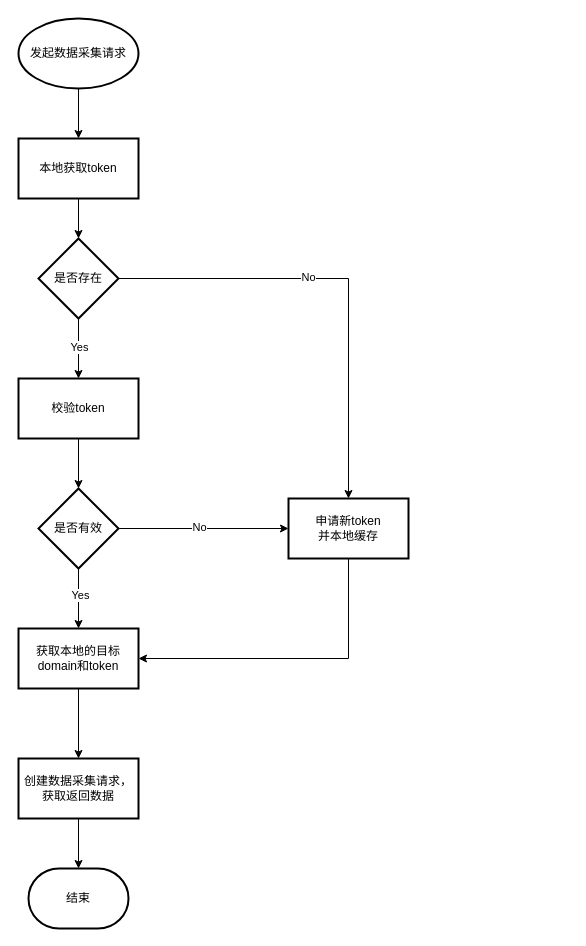
The draw.io diagram ctf_sso_retry.drawio in deanzz/blog, before the edit. Source tidied: cells renumbered, new cells numbered last; positions are measured from the earlier drawing's top-left corner, leaving out a move shared by most shapes. Both pictures are drawn from the tidied source at 100%, with x=0, y=0 at pixel (18, 18).
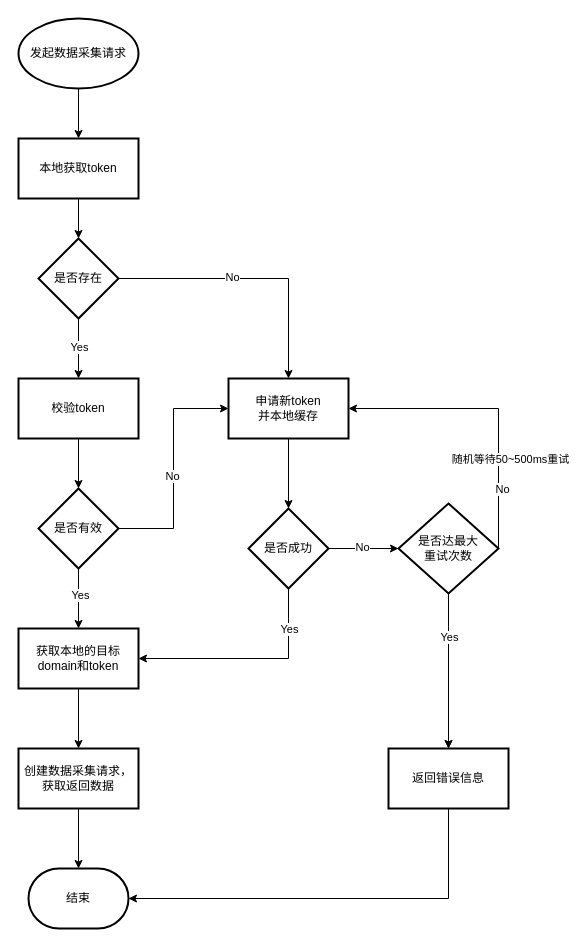
After the change.

The change refers to these unchanged cells:
```xml
<mxCell id="17" value="是否有效" style="rhombus;whiteSpace=wrap;html=1;strokeWidth=2;" parent="1" vertex="1">
  <mxGeometry x="20" y="470" width="80" height="80" as="geometry" />
</mxCell>
<mxCell id="19" value="获取本地的目标domain和token" style="whiteSpace=wrap;html=1;strokeWidth=2;" parent="1" vertex="1">
  <mxGeometry y="610" width="120" height="60" as="geometry" />
</mxCell>
<mxCell id="22" value="结束" style="strokeWidth=2;html=1;shape=mxgraph.flowchart.terminator;whiteSpace=wrap;" parent="1" vertex="1">
  <mxGeometry x="10" y="850" width="100" height="60" as="geometry" />
</mxCell>
```

What changed in the source:
```diff
@@
-    <mxCell id="15" style="edgeStyle=orthogonalEdgeStyle;rounded=0;jettySize=auto;html=1;exitX=1;exitY=0.5;exitDx=0;exitDy=0;" parent="1" edge="1" source="17" target="24">
+    <mxCell id="15" style="edgeStyle=orthogonalEdgeStyle;rounded=0;jettySize=auto;html=1;exitX=1;exitY=0.5;exitDx=0;exitDy=0;entryX=0;entryY=0.5;entryDx=0;entryDy=0;" parent="1" edge="1" source="17" target="24">
       <mxGeometry relative="1" as="geometry" />
     </mxCell>
@@
     <mxCell id="21" value="创建数据采集请求，获取返回数据" style="whiteSpace=wrap;html=1;strokeWidth=2;" parent="1" vertex="1">
-      <mxGeometry y="740" width="120" height="60" as="geometry" />
+      <mxGeometry y="730" width="120" height="60" as="geometry" />
     </mxCell>
@@
-    <mxCell id="23" style="edgeStyle=orthogonalEdgeStyle;rounded=0;jettySize=auto;html=1;exitX=0.5;exitY=1;exitDx=0;exitDy=0;entryX=1;entryY=0.5;entryDx=0;entryDy=0;" parent="1" edge="1" source="24" target="19">
-      <mxGeometry relative="1" as="geometry" />
-    </mxCell>
+    <mxCell id="25" style="edgeStyle=orthogonalEdgeStyle;rounded=0;jettySize=auto;html=1;" parent="1" edge="1" source="24" target="33">
+      <mxGeometry relative="1" as="geometry" />
+    </mxCell>
     <mxCell id="24" value="申请新token&lt;div&gt;并本地缓存&lt;/div&gt;" style="whiteSpace=wrap;html=1;strokeWidth=2;" parent="1" vertex="1">
-      <mxGeometry x="270" y="480" width="120" height="60" as="geometry" />
+      <mxGeometry x="210" y="360" width="120" height="60" as="geometry" />
     </mxCell>
+    <mxCell id="26" style="edgeStyle=orthogonalEdgeStyle;rounded=0;jettySize=auto;html=1;entryX=1;entryY=0.5;entryDx=0;entryDy=0;exitX=0.5;exitY=1;exitDx=0;exitDy=0;" parent="1" edge="1" source="33" target="19">
+      <mxGeometry relative="1" as="geometry" />
+    </mxCell>
+    <mxCell id="27" value="Yes" style="edgeLabel;html=1;align=center;verticalAlign=middle;" parent="26" vertex="1">
+      <mxGeometry x="-0.2" y="-1" relative="1" as="geometry">
+        <mxPoint x="18" y="-29" as="offset" />
+      </mxGeometry>
+    </mxCell>
+    <mxCell id="28" style="edgeStyle=orthogonalEdgeStyle;rounded=0;jettySize=auto;html=1;exitX=1;exitY=0.5;exitDx=0;exitDy=0;entryX=1;entryY=0.5;entryDx=0;entryDy=0;" parent="1" edge="1" source="35" target="24">
+      <mxGeometry relative="1" as="geometry">
+        <Array as="points">
+          <mxPoint x="470" y="530" />
+          <mxPoint x="480" y="530" />
+          <mxPoint x="480" y="390" />
+        </Array>
+      </mxGeometry>
+    </mxCell>
+    <mxCell id="29" value="No" style="edgeLabel;html=1;align=center;verticalAlign=middle;" parent="28" vertex="1">
+      <mxGeometry x="-0.05" y="-3" relative="1" as="geometry">
+        <mxPoint y="67" as="offset" />
+      </mxGeometry>
+    </mxCell>
+    <mxCell id="30" value="随机等待50~500ms重试" style="edgeLabel;html=1;align=center;verticalAlign=middle;" parent="28" vertex="1">
+      <mxGeometry x="0.16" y="-4" relative="1" as="geometry">
+        <mxPoint x="31" y="54" as="offset" />
+      </mxGeometry>
+    </mxCell>
+    <mxCell id="31" style="edgeStyle=orthogonalEdgeStyle;rounded=0;jettySize=auto;html=1;" parent="1" edge="1" source="33" target="35">
+      <mxGeometry relative="1" as="geometry" />
+    </mxCell>
+    <mxCell id="32" value="No" style="edgeLabel;html=1;align=center;verticalAlign=middle;" parent="31" vertex="1">
+      <mxGeometry x="-0.06" y="2" relative="1" as="geometry" />
+    </mxCell>
+    <mxCell id="33" value="是否成功" style="rhombus;whiteSpace=wrap;html=1;strokeWidth=2;" parent="1" vertex="1">
+      <mxGeometry x="230" y="490" width="80" height="80" as="geometry" />
+    </mxCell>
+    <mxCell id="34" style="edgeStyle=orthogonalEdgeStyle;rounded=0;jettySize=auto;html=1;" parent="1" edge="1" source="35" target="38">
+      <mxGeometry relative="1" as="geometry" />
+    </mxCell>
+    <mxCell id="35" value="是否达最大&lt;div&gt;重试次数&lt;/div&gt;" style="rhombus;whiteSpace=wrap;html=1;strokeWidth=2;" parent="1" vertex="1">
+      <mxGeometry x="380" y="485" width="100" height="90" as="geometry" />
+    </mxCell>
+    <mxCell id="36" style="edgeStyle=orthogonalEdgeStyle;rounded=0;jettySize=auto;html=1;exitX=0.5;exitY=1;exitDx=0;exitDy=0;entryX=0.5;entryY=0;entryDx=0;entryDy=0;" parent="1" edge="1" source="35" target="38">
+      <mxGeometry relative="1" as="geometry" />
+    </mxCell>
+    <mxCell id="37" value="Yes" style="edgeLabel;html=1;align=center;verticalAlign=middle;" parent="36" vertex="1">
+      <mxGeometry x="-0.71" y="-3" relative="1" as="geometry">
+        <mxPoint x="3" y="21" as="offset" />
+      </mxGeometry>
+    </mxCell>
+    <mxCell id="38" value="返回错误信息" style="whiteSpace=wrap;html=1;strokeWidth=2;" parent="1" vertex="1">
+      <mxGeometry x="370" y="730" width="120" height="60" as="geometry" />
+    </mxCell>
+    <mxCell id="39" style="edgeStyle=orthogonalEdgeStyle;rounded=0;jettySize=auto;html=1;exitX=0.5;exitY=1;exitDx=0;exitDy=0;entryX=1;entryY=0.5;entryDx=0;entryDy=0;entryPerimeter=0;" parent="1" edge="1" source="38" target="22">
+      <mxGeometry relative="1" as="geometry" />
+    </mxCell>
```
